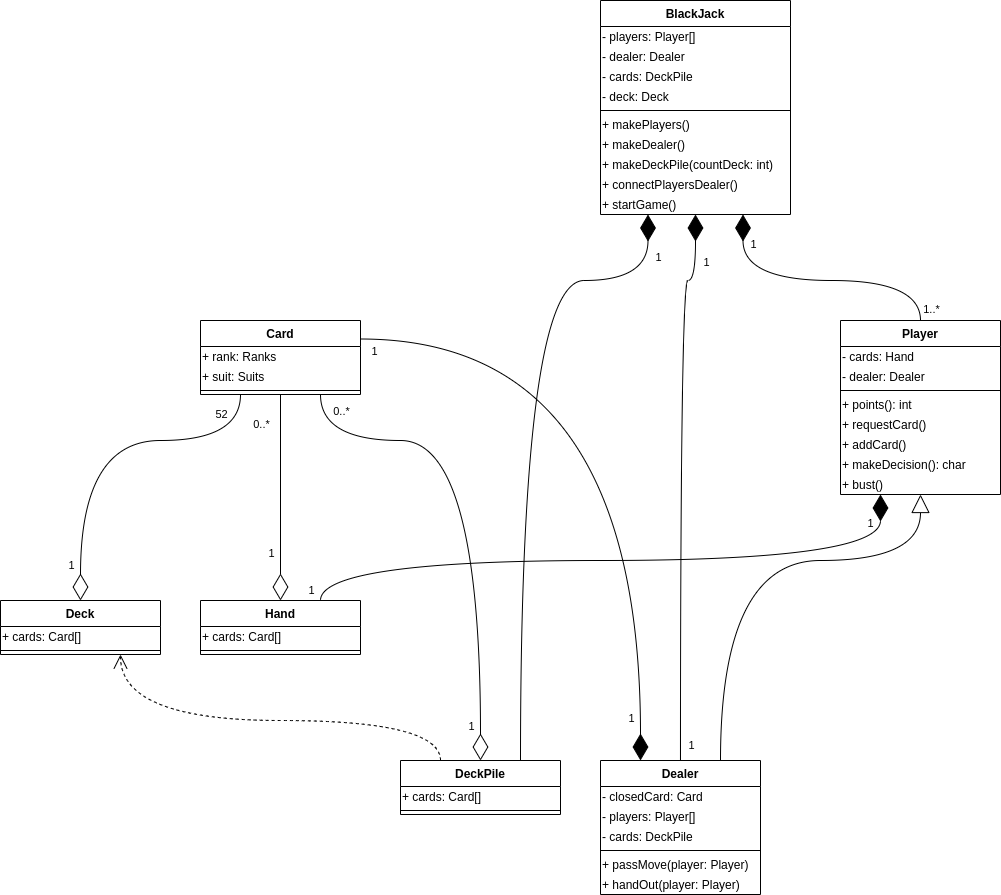
MihaJjDa/BlackJack keeps this draw.io diagram as UML/S1_baseOfGame.png. Above is the earlier version. Source tidied: cells renumbered, new cells last; positions are measured from the earlier drawing's top-left corner, leaving out a move shared by most shapes.
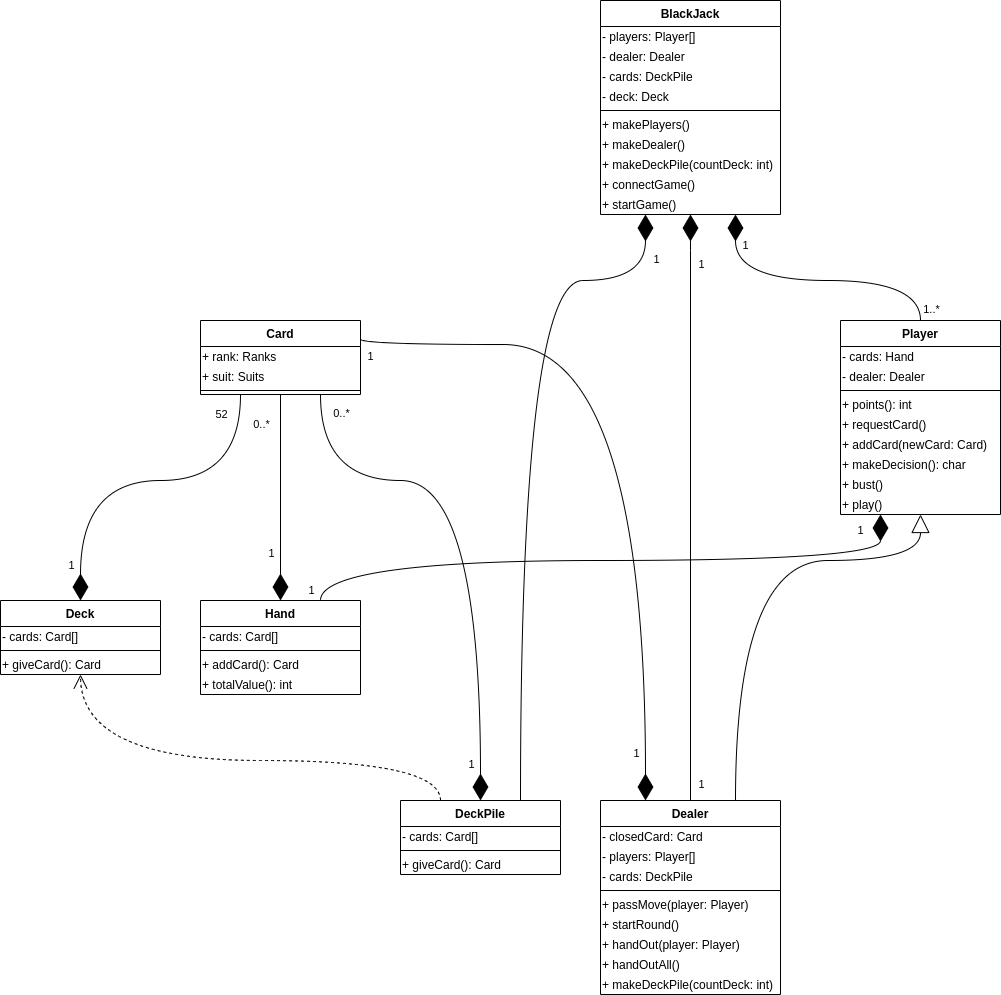
Above is the later version.

Diff of the diagram source:
```diff
@@ -5,7 +5,7 @@
     <mxCell id="2" style="endArrow=block;endSize=16;endFill=0;html=1;exitX=0.75;exitY=0;exitDx=0;exitDy=0;entryX=0.5;entryY=1;entryDx=0;entryDy=0;edgeStyle=orthogonalEdgeStyle;curved=1;" parent="1" edge="1" source="58" target="36">
       <mxGeometry relative="1" as="geometry">
         <Array as="points">
-          <mxPoint x="720" y="560" />
+          <mxPoint x="735" y="560" />
           <mxPoint x="920" y="560" />
         </Array>
       </mxGeometry>
@@ -14,7 +14,7 @@
       <mxGeometry x="0.79" y="-10" relative="1" as="geometry">
         <Array as="points">
           <mxPoint x="920" y="280" />
-          <mxPoint x="743" y="280" />
+          <mxPoint x="735" y="280" />
         </Array>
       </mxGeometry>
     </mxCell>
@@ -27,7 +27,7 @@
       <mxGeometry relative="1" as="geometry">
         <Array as="points">
           <mxPoint x="520" y="280" />
-          <mxPoint x="648" y="280" />
+          <mxPoint x="645" y="280" />
         </Array>
       </mxGeometry>
     </mxCell>
@@ -39,8 +39,8 @@
     <mxCell id="7" style="endArrow=diamondThin;endFill=1;endSize=24;html=1;entryX=0.5;entryY=1;entryDx=0;entryDy=0;exitX=0.5;exitY=0;exitDx=0;exitDy=0;edgeStyle=orthogonalEdgeStyle;curved=1;" parent="1" edge="1" source="58" target="21">
       <mxGeometry relative="1" as="geometry">
         <Array as="points">
-          <mxPoint x="680" y="280" />
-          <mxPoint x="695" y="280" />
+          <mxPoint x="690" y="250" />
+          <mxPoint x="690" y="250" />
         </Array>
       </mxGeometry>
     </mxCell>
@@ -55,7 +55,7 @@
       </mxGeometry>
     </mxCell>
     <mxCell id="10" value="1" style="endArrow=diamondThin;endFill=1;endSize=24;html=1;entryX=0.25;entryY=1;entryDx=0;entryDy=0;exitX=0.75;exitY=0;exitDx=0;exitDy=0;edgeStyle=orthogonalEdgeStyle;curved=1;" parent="1" edge="1" source="49" target="36">
-      <mxGeometry x="0.91" y="10" relative="1" as="geometry">
+      <mxGeometry x="0.95" y="20" relative="1" as="geometry">
         <Array as="points">
           <mxPoint x="320" y="560" />
           <mxPoint x="880" y="560" />
@@ -67,7 +67,7 @@
         <mxPoint x="-14" y="-5.2" as="offset" />
       </mxGeometry>
     </mxCell>
-    <mxCell id="12" style="endArrow=diamondThin;endFill=0;endSize=24;html=1;exitX=0.5;exitY=1;exitDx=0;exitDy=0;edgeStyle=orthogonalEdgeStyle;curved=1;" parent="1" edge="1" source="45" target="49">
+    <mxCell id="12" style="endArrow=diamondThin;endFill=1;endSize=24;html=1;exitX=0.5;exitY=1;exitDx=0;exitDy=0;edgeStyle=orthogonalEdgeStyle;curved=1;" parent="1" edge="1" source="45" target="49">
       <mxGeometry relative="1" as="geometry" />
     </mxCell>
     <mxCell id="13" value="1" style="edgeLabel;html=1;align=center;verticalAlign=middle;" parent="12" vertex="1">
@@ -80,11 +80,11 @@
         <mxPoint x="-19" as="offset" />
       </mxGeometry>
     </mxCell>
-    <mxCell id="15" style="endArrow=diamondThin;endFill=0;endSize=24;html=1;exitX=0.25;exitY=1;exitDx=0;exitDy=0;entryX=0.5;entryY=0;entryDx=0;entryDy=0;edgeStyle=orthogonalEdgeStyle;curved=1;" parent="1" edge="1" source="45" target="52">
+    <mxCell id="15" style="endArrow=diamondThin;endFill=1;endSize=24;html=1;exitX=0.25;exitY=1;exitDx=0;exitDy=0;entryX=0.5;entryY=0;entryDx=0;entryDy=0;edgeStyle=orthogonalEdgeStyle;curved=1;" parent="1" edge="1" source="45" target="52">
       <mxGeometry relative="1" as="geometry">
         <Array as="points">
-          <mxPoint x="240" y="440" />
-          <mxPoint x="80" y="440" />
+          <mxPoint x="240" y="480" />
+          <mxPoint x="80" y="480" />
         </Array>
       </mxGeometry>
     </mxCell>
@@ -98,11 +98,11 @@
         <mxPoint x="-15" as="offset" />
       </mxGeometry>
     </mxCell>
-    <mxCell id="18" style="endArrow=diamondThin;endFill=0;endSize=24;html=1;entryX=0.5;entryY=0;entryDx=0;entryDy=0;edgeStyle=orthogonalEdgeStyle;curved=1;exitX=0.75;exitY=1;exitDx=0;exitDy=0;" parent="1" edge="1" source="45" target="55">
+    <mxCell id="18" style="endArrow=diamondThin;endFill=1;endSize=24;html=1;entryX=0.5;entryY=0;entryDx=0;entryDy=0;edgeStyle=orthogonalEdgeStyle;curved=1;exitX=0.75;exitY=1;exitDx=0;exitDy=0;" parent="1" edge="1" source="45" target="55">
       <mxGeometry relative="1" as="geometry">
         <Array as="points">
-          <mxPoint x="320" y="440" />
-          <mxPoint x="480" y="440" />
+          <mxPoint x="320" y="480" />
+          <mxPoint x="480" y="480" />
         </Array>
       </mxGeometry>
     </mxCell>
@@ -117,50 +117,50 @@
       </mxGeometry>
     </mxCell>
     <mxCell id="21" value="BlackJack" style="swimlane;fontStyle=1;align=center;verticalAlign=top;horizontal=1;startSize=26;" parent="1" vertex="1">
-      <mxGeometry x="600" width="190" height="214" as="geometry" />
+      <mxGeometry x="600" width="180" height="214" as="geometry" />
     </mxCell>
     <mxCell id="22" value="- players: Player[]" style="text;html=1;align=left;verticalAlign=middle;" parent="21" vertex="1">
-      <mxGeometry y="26" width="190" height="20" as="geometry" />
+      <mxGeometry y="26" width="180" height="20" as="geometry" />
     </mxCell>
     <mxCell id="23" value="- dealer: Dealer" style="text;html=1;align=left;verticalAlign=middle;" parent="21" vertex="1">
-      <mxGeometry y="46" width="190" height="20" as="geometry" />
+      <mxGeometry y="46" width="180" height="20" as="geometry" />
     </mxCell>
     <mxCell id="24" value="- cards: DeckPile" style="text;html=1;align=left;verticalAlign=middle;" parent="21" vertex="1">
-      <mxGeometry y="66" width="190" height="20" as="geometry" />
+      <mxGeometry y="66" width="180" height="20" as="geometry" />
     </mxCell>
     <mxCell id="25" value="- deck: Deck" style="text;html=1;align=left;verticalAlign=middle;" parent="21" vertex="1">
-      <mxGeometry y="86" width="190" height="20" as="geometry" />
+      <mxGeometry y="86" width="180" height="20" as="geometry" />
     </mxCell>
     <mxCell id="26" style="line;strokeWidth=1;fillColor=none;align=left;verticalAlign=middle;spacingTop=-1;spacingLeft=3;spacingRight=3;labelPosition=right;" parent="21" vertex="1">
-      <mxGeometry y="106" width="190" height="8" as="geometry" />
+      <mxGeometry y="106" width="180" height="8" as="geometry" />
     </mxCell>
     <mxCell id="27" value="+ makePlayers()" style="text;html=1;align=left;verticalAlign=middle;" parent="21" vertex="1">
-      <mxGeometry y="114" width="190" height="20" as="geometry" />
+      <mxGeometry y="114" width="180" height="20" as="geometry" />
     </mxCell>
     <mxCell id="28" value="+ makeDealer()" style="text;html=1;align=left;verticalAlign=middle;" parent="21" vertex="1">
-      <mxGeometry y="134" width="190" height="20" as="geometry" />
+      <mxGeometry y="134" width="180" height="20" as="geometry" />
     </mxCell>
     <mxCell id="29" value="+ makeDeckPile(countDeck: int)" style="text;html=1;align=left;verticalAlign=middle;" parent="21" vertex="1">
-      <mxGeometry y="154" width="190" height="20" as="geometry" />
+      <mxGeometry y="154" width="180" height="20" as="geometry" />
     </mxCell>
-    <mxCell id="30" value="+ connectPlayersDealer()" style="text;html=1;align=left;verticalAlign=middle;" parent="21" vertex="1">
-      <mxGeometry y="174" width="190" height="20" as="geometry" />
+    <mxCell id="30" value="+ connectGame()" style="text;html=1;align=left;verticalAlign=middle;" parent="21" vertex="1">
+      <mxGeometry y="174" width="180" height="20" as="geometry" />
     </mxCell>
     <mxCell id="31" value="+ startGame()" style="text;html=1;align=left;verticalAlign=middle;" parent="21" vertex="1">
-      <mxGeometry y="194" width="190" height="20" as="geometry" />
+      <mxGeometry y="194" width="180" height="20" as="geometry" />
     </mxCell>
-    <mxCell id="32" style="endArrow=open;endSize=12;dashed=1;html=1;entryX=0.75;entryY=1;entryDx=0;entryDy=0;edgeStyle=orthogonalEdgeStyle;curved=1;exitX=0.25;exitY=0;exitDx=0;exitDy=0;" parent="1" edge="1" source="55" target="52">
+    <mxCell id="32" style="endArrow=open;endSize=12;dashed=1;html=1;entryX=0.5;entryY=1;entryDx=0;entryDy=0;edgeStyle=orthogonalEdgeStyle;curved=1;exitX=0.25;exitY=0;exitDx=0;exitDy=0;" parent="1" edge="1" source="55" target="52">
       <mxGeometry relative="1" as="geometry">
         <Array as="points">
-          <mxPoint x="440" y="720" />
-          <mxPoint x="120" y="720" />
+          <mxPoint x="440" y="760" />
+          <mxPoint x="80" y="760" />
         </Array>
       </mxGeometry>
     </mxCell>
     <mxCell id="33" style="endArrow=diamondThin;endFill=1;endSize=24;html=1;exitX=1;exitY=0.25;exitDx=0;exitDy=0;edgeStyle=orthogonalEdgeStyle;curved=1;entryX=0.25;entryY=0;entryDx=0;entryDy=0;" parent="1" edge="1" source="45" target="58">
       <mxGeometry relative="1" as="geometry">
         <Array as="points">
-          <mxPoint x="640" y="339" />
+          <mxPoint x="645" y="344" />
         </Array>
       </mxGeometry>
     </mxCell>
@@ -175,7 +175,7 @@
       </mxGeometry>
     </mxCell>
     <mxCell id="36" value="Player" style="swimlane;fontStyle=1;align=center;verticalAlign=top;horizontal=1;startSize=26;" parent="1" vertex="1">
-      <mxGeometry x="840" y="320" width="160" height="174" as="geometry" />
+      <mxGeometry x="840" y="320" width="160" height="194" as="geometry" />
     </mxCell>
     <mxCell id="37" value="- cards: Hand" style="text;html=1;align=left;verticalAlign=middle;" parent="36" vertex="1">
       <mxGeometry y="26" width="160" height="20" as="geometry" />
@@ -192,7 +192,7 @@
     <mxCell id="41" value="+ requestCard()" style="text;html=1;align=left;verticalAlign=middle;" parent="36" vertex="1">
       <mxGeometry y="94" width="160" height="20" as="geometry" />
     </mxCell>
-    <mxCell id="42" value="+ addCard()" style="text;html=1;align=left;verticalAlign=middle;" parent="36" vertex="1">
+    <mxCell id="42" value="+ addCard(newCard: Card)" style="text;html=1;align=left;verticalAlign=middle;" parent="36" vertex="1">
       <mxGeometry y="114" width="160" height="20" as="geometry" />
     </mxCell>
     <mxCell id="43" value="+ makeDecision(): char" style="text;html=1;align=left;verticalAlign=middle;" parent="36" vertex="1">
@@ -201,6 +201,9 @@
     <mxCell id="44" value="+ bust()" style="text;html=1;align=left;verticalAlign=middle;" parent="36" vertex="1">
       <mxGeometry y="154" width="160" height="20" as="geometry" />
     </mxCell>
+    <mxCell id="65" value="+ play()" style="text;html=1;align=left;verticalAlign=middle;" parent="36" vertex="1">
+      <mxGeometry y="174" width="160" height="20" as="geometry" />
+    </mxCell>
     <mxCell id="45" value="Card" style="swimlane;fontStyle=1;align=center;verticalAlign=top;horizontal=1;startSize=26;" parent="1" vertex="1">
       <mxGeometry x="200" y="320" width="160" height="74" as="geometry" />
     </mxCell>
@@ -214,52 +217,73 @@
       <mxGeometry y="66" width="160" height="8" as="geometry" />
     </mxCell>
     <mxCell id="49" value="Hand" style="swimlane;fontStyle=1;align=center;verticalAlign=top;horizontal=1;startSize=26;" parent="1" vertex="1">
-      <mxGeometry x="200" y="600" width="160" height="54" as="geometry" />
+      <mxGeometry x="200" y="600" width="160" height="94" as="geometry" />
     </mxCell>
-    <mxCell id="50" value="+ cards: Card[]" style="text;html=1;align=left;verticalAlign=middle;" parent="49" vertex="1">
+    <mxCell id="50" value="- cards: Card[]" style="text;html=1;align=left;verticalAlign=middle;" parent="49" vertex="1">
       <mxGeometry y="26" width="160" height="20" as="geometry" />
     </mxCell>
     <mxCell id="51" style="line;strokeWidth=1;fillColor=none;align=left;verticalAlign=middle;spacingTop=-1;spacingLeft=3;spacingRight=3;labelPosition=right;" parent="49" vertex="1">
       <mxGeometry y="46" width="160" height="8" as="geometry" />
     </mxCell>
+    <mxCell id="66" value="+ addCard(): Card" style="text;html=1;align=left;verticalAlign=middle;" parent="49" vertex="1">
+      <mxGeometry y="54" width="160" height="20" as="geometry" />
+    </mxCell>
+    <mxCell id="67" value="+ totalValue(): int" style="text;html=1;align=left;verticalAlign=middle;" parent="49" vertex="1">
+      <mxGeometry y="74" width="160" height="20" as="geometry" />
+    </mxCell>
     <mxCell id="52" value="Deck" style="swimlane;fontStyle=1;align=center;verticalAlign=top;horizontal=1;startSize=26;" parent="1" vertex="1">
-      <mxGeometry y="600" width="160" height="54" as="geometry" />
+      <mxGeometry y="600" width="160" height="74" as="geometry" />
     </mxCell>
-    <mxCell id="53" value="+ cards: Card[]" style="text;html=1;align=left;verticalAlign=middle;" parent="52" vertex="1">
+    <mxCell id="53" value="- cards: Card[]" style="text;html=1;align=left;verticalAlign=middle;" parent="52" vertex="1">
       <mxGeometry y="26" width="160" height="20" as="geometry" />
     </mxCell>
     <mxCell id="54" style="line;strokeWidth=1;fillColor=none;align=left;verticalAlign=middle;spacingTop=-1;spacingLeft=3;spacingRight=3;labelPosition=right;" parent="52" vertex="1">
       <mxGeometry y="46" width="160" height="8" as="geometry" />
     </mxCell>
-    <mxCell id="55" value="DeckPile" style="swimlane;fontStyle=1;align=center;verticalAlign=top;horizontal=1;startSize=26;" parent="1" vertex="1">
-      <mxGeometry x="400" y="760" width="160" height="54" as="geometry" />
-    </mxCell>
-    <mxCell id="56" value="+ cards: Card[]" style="text;html=1;align=left;verticalAlign=middle;" parent="55" vertex="1">
-      <mxGeometry y="26" width="160" height="20" as="geometry" />
-    </mxCell>
-    <mxCell id="57" style="line;strokeWidth=1;fillColor=none;align=left;verticalAlign=middle;spacingTop=-1;spacingLeft=3;spacingRight=3;labelPosition=right;" parent="55" vertex="1">
-      <mxGeometry y="46" width="160" height="8" as="geometry" />
-    </mxCell>
+    <mxCell id="68" value="+ giveCard(): Card" style="text;html=1;align=left;verticalAlign=middle;" parent="52" vertex="1">
+      <mxGeometry y="54" width="160" height="20" as="geometry" />
+    </mxCell>
     <mxCell id="58" value="Dealer" style="swimlane;fontStyle=1;align=center;verticalAlign=top;horizontal=1;startSize=26;" parent="1" vertex="1">
-      <mxGeometry x="600" y="760" width="160" height="134" as="geometry" />
+      <mxGeometry x="600" y="800" width="180" height="194" as="geometry" />
     </mxCell>
     <mxCell id="59" value="- closedCard: Card" style="text;html=1;align=left;verticalAlign=middle;" parent="58" vertex="1">
-      <mxGeometry y="26" width="160" height="20" as="geometry" />
+      <mxGeometry y="26" width="180" height="20" as="geometry" />
     </mxCell>
     <mxCell id="60" value="- players: Player[]" style="text;html=1;align=left;verticalAlign=middle;" parent="58" vertex="1">
-      <mxGeometry y="46" width="160" height="20" as="geometry" />
+      <mxGeometry y="46" width="180" height="20" as="geometry" />
     </mxCell>
     <mxCell id="61" value="- cards: DeckPile" style="text;html=1;align=left;verticalAlign=middle;" parent="58" vertex="1">
-      <mxGeometry y="66" width="160" height="20" as="geometry" />
+      <mxGeometry y="66" width="180" height="20" as="geometry" />
     </mxCell>
     <mxCell id="62" style="line;strokeWidth=1;fillColor=none;align=left;verticalAlign=middle;spacingTop=-1;spacingLeft=3;spacingRight=3;labelPosition=right;" parent="58" vertex="1">
-      <mxGeometry y="86" width="160" height="8" as="geometry" />
+      <mxGeometry y="86" width="180" height="8" as="geometry" />
     </mxCell>
     <mxCell id="63" value="+ passMove(player: Player)" style="text;html=1;align=left;verticalAlign=middle;" parent="58" vertex="1">
-      <mxGeometry y="94" width="160" height="20" as="geometry" />
+      <mxGeometry y="94" width="180" height="20" as="geometry" />
     </mxCell>
+    <mxCell id="69" value="+ startRound()" style="text;html=1;align=left;verticalAlign=middle;" parent="58" vertex="1">
+      <mxGeometry y="114" width="180" height="20" as="geometry" />
+    </mxCell>
     <mxCell id="64" value="+ handOut(player: Player)" style="text;html=1;align=left;verticalAlign=middle;" parent="58" vertex="1">
-      <mxGeometry y="114" width="160" height="20" as="geometry" />
+      <mxGeometry y="134" width="180" height="20" as="geometry" />
     </mxCell>
+    <mxCell id="70" value="+ handOutAll()" style="text;html=1;align=left;verticalAlign=middle;" parent="58" vertex="1">
+      <mxGeometry y="154" width="180" height="20" as="geometry" />
+    </mxCell>
+    <mxCell id="71" value="+ makeDeckPile(countDeck: int)" style="text;html=1;align=left;verticalAlign=middle;" parent="58" vertex="1">
+      <mxGeometry y="174" width="180" height="20" as="geometry" />
+    </mxCell>
+    <mxCell id="55" value="DeckPile" style="swimlane;fontStyle=1;align=center;verticalAlign=top;horizontal=1;startSize=26;" parent="1" vertex="1">
+      <mxGeometry x="400" y="800" width="160" height="74" as="geometry" />
+    </mxCell>
+    <mxCell id="56" value="- cards: Card[]" style="text;html=1;align=left;verticalAlign=middle;" parent="55" vertex="1">
+      <mxGeometry y="26" width="160" height="20" as="geometry" />
+    </mxCell>
+    <mxCell id="57" style="line;strokeWidth=1;fillColor=none;align=left;verticalAlign=middle;spacingTop=-1;spacingLeft=3;spacingRight=3;labelPosition=right;" parent="55" vertex="1">
+      <mxGeometry y="46" width="160" height="8" as="geometry" />
+    </mxCell>
+    <mxCell id="72" value="+ giveCard(): Card" style="text;html=1;align=left;verticalAlign=middle;" parent="55" vertex="1">
+      <mxGeometry y="54" width="160" height="20" as="geometry" />
+    </mxCell>
   </root>
 </mxGraphModel>
```
